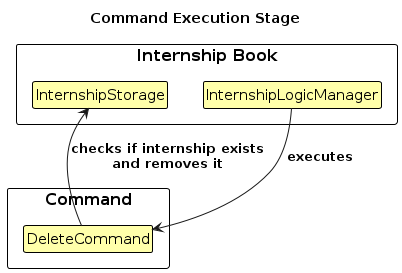
AY2324S1-CS2103T-W17-1/tp keeps this PlantUML diagram as diagrams/DeleteCommandExecute.png. Above is the earlier version. Its source is kept beside it as diagrams/DeleteCommandExecute.puml. Source of this version:
```plantuml
@startuml
!include style.puml
skinparam ClassFontColor #000000
skinparam ClassBorderColor #000000
skinparam ClassBackgroundColor #FFFFAA

title Command Execution Stage

package "Internship Book" {
    class InternshipLogicManager as "InternshipLogicManager"
    class InternshipStorage as "InternshipStorage"
}

package "Command" {
    class DeleteCommand as "DeleteCommand"
}

InternshipLogicManager -down-> DeleteCommand : executes
DeleteCommand -right-> InternshipStorage : checks if internship exists\nand removes it

@enduml
```
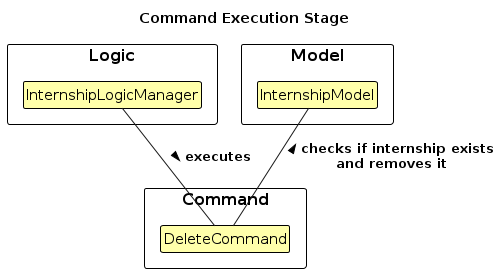
The same file after the commit.

What changed in the source:
```diff
@@ -6,16 +6,19 @@
 
 title Command Execution Stage
 
-package "Internship Book" {
+package "Logic" {
     class InternshipLogicManager as "InternshipLogicManager"
-    class InternshipStorage as "InternshipStorage"
+}
+
+package "Model" {
+    class InternshipModel as "InternshipModel"
 }
 
 package "Command" {
     class DeleteCommand as "DeleteCommand"
 }
 
-InternshipLogicManager -down-> DeleteCommand : executes
-DeleteCommand -right-> InternshipStorage : checks if internship exists\nand removes it
+InternshipLogicManager -down- DeleteCommand : > executes
+DeleteCommand -up- InternshipModel : < checks if internship exists\nand removes it
 
 @enduml
```
